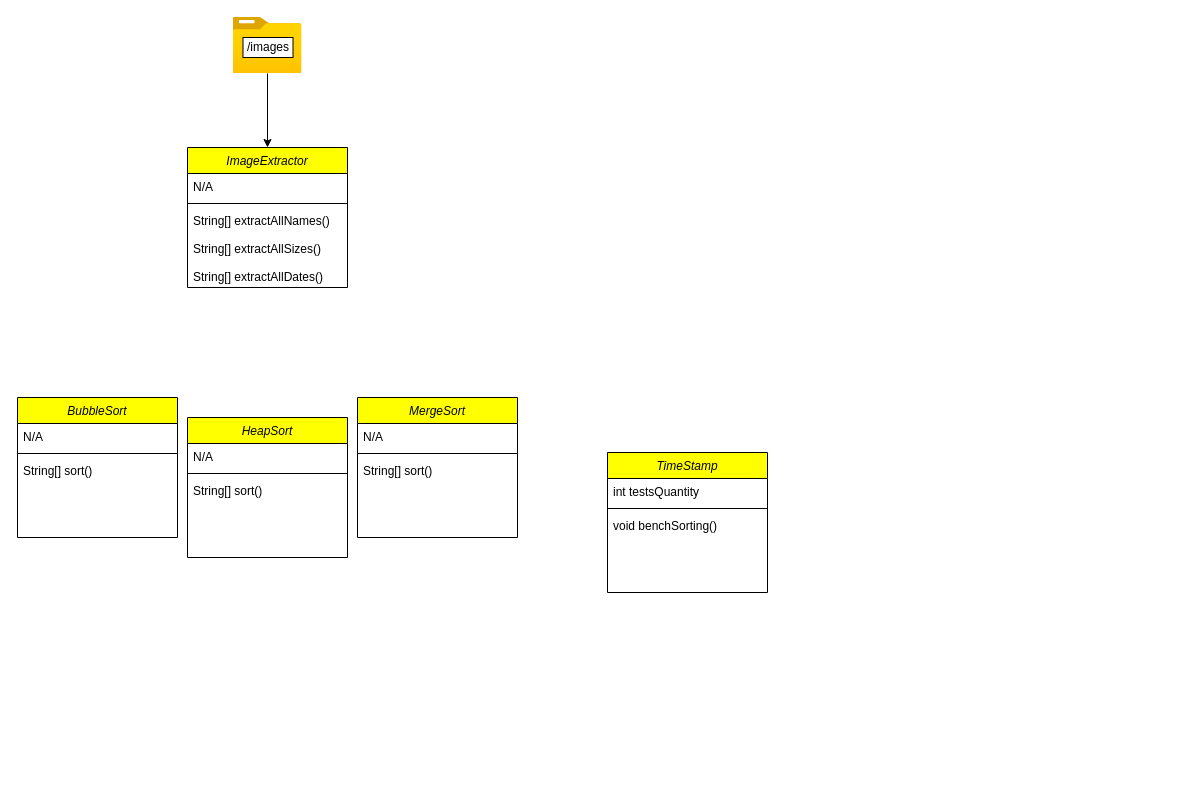
Earlier version of the draw.io diagram classes.drawio (vitorrenansd/algorithm-benchmark). Source tidied: cells renumbered, new cells numbered last; positions are measured from the earlier drawing's top-left corner, leaving out a move shared by most shapes. Both pictures are drawn from the tidied source at 100%, with x=0, y=0 at pixel (17, 17).
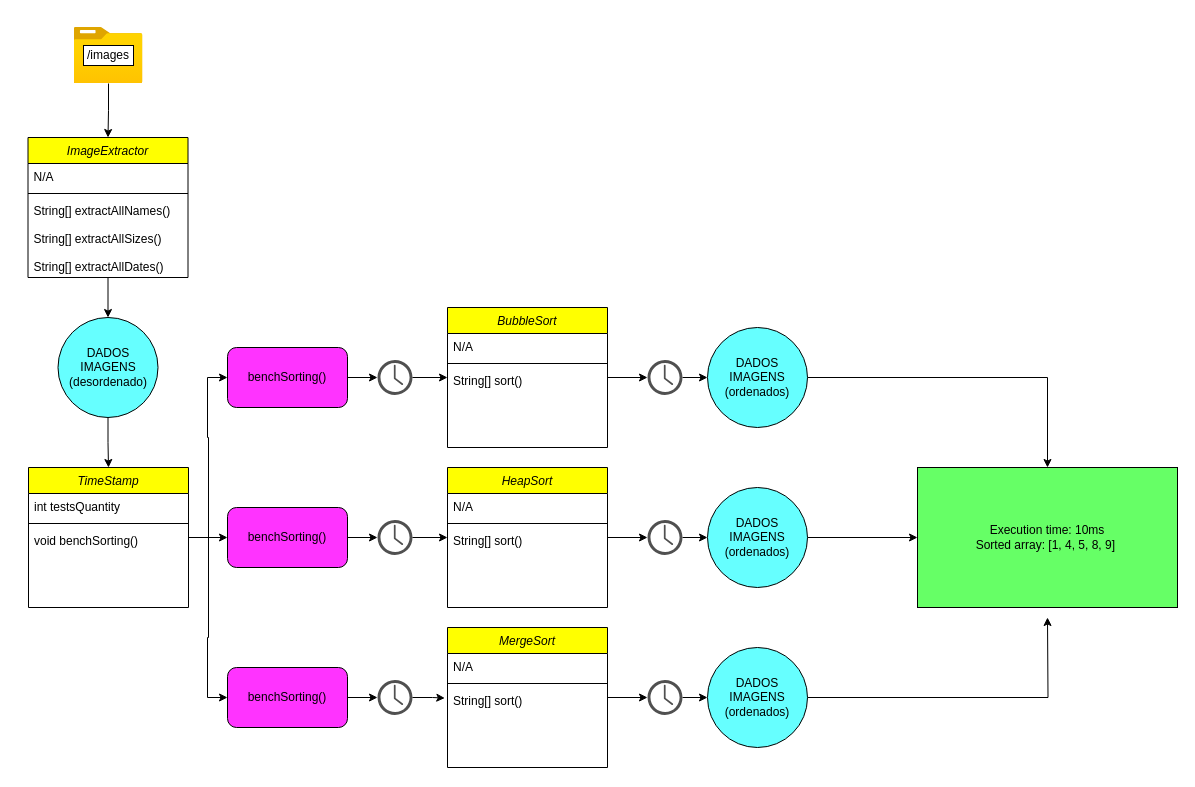
Above is the later version.

The change refers to these unchanged cells:
```xml
<mxCell id="13" value="String[] sort()" style="text;align=left;verticalAlign=top;spacingLeft=4;spacingRight=4;overflow=hidden;points=[[0,0.5],[1,0.5]];portConstraint=eastwest;" parent="10" vertex="1">
  <mxGeometry y="60" width="160" height="80" as="geometry" />
</mxCell>
<mxCell id="17" value="String[] sort()" style="text;align=left;verticalAlign=top;spacingLeft=4;spacingRight=4;overflow=hidden;points=[[0,0.5],[1,0.5]];portConstraint=eastwest;" parent="14" vertex="1">
  <mxGeometry y="60" width="160" height="80" as="geometry" />
</mxCell>
<mxCell id="21" value="String[] sort()" style="text;align=left;verticalAlign=top;spacingLeft=4;spacingRight=4;overflow=hidden;points=[[0,0.5],[1,0.5]];portConstraint=eastwest;" parent="18" vertex="1">
  <mxGeometry y="60" width="160" height="80" as="geometry" />
</mxCell>
```

Change to the diagram source:
```diff
@@
+    <mxCell id="25" style="edgeStyle=orthogonalEdgeStyle;rounded=0;jettySize=auto;html=1;" parent="1" edge="1" source="2" target="33">
+      <mxGeometry relative="1" as="geometry" />
+    </mxCell>
     <mxCell id="2" value="ImageExtractor" style="swimlane;fontStyle=2;align=center;verticalAlign=top;horizontal=1;startSize=26;rounded=0;shadow=0;strokeWidth=1;fillColor=#FFFF00;" parent="1" vertex="1">
-      <mxGeometry x="170" y="130" width="160" height="140" as="geometry" />
+      <mxGeometry x="10.5" y="120" width="160" height="140" as="geometry" />
     </mxCell>
@@
+    <mxCell id="26" style="edgeStyle=orthogonalEdgeStyle;rounded=0;jettySize=auto;html=1;entryX=0;entryY=0.5;entryDx=0;entryDy=0;" parent="1" edge="1" source="6" target="47">
+      <mxGeometry relative="1" as="geometry" />
+    </mxCell>
+    <mxCell id="27" style="edgeStyle=orthogonalEdgeStyle;rounded=0;jettySize=auto;html=1;entryX=0;entryY=0.5;entryDx=0;entryDy=0;" parent="1" edge="1" source="6" target="51">
+      <mxGeometry relative="1" as="geometry" />
+    </mxCell>
+    <mxCell id="28" style="edgeStyle=orthogonalEdgeStyle;rounded=0;jettySize=auto;html=1;entryX=0;entryY=0.5;entryDx=0;entryDy=0;" parent="1" edge="1" source="6" target="49">
+      <mxGeometry relative="1" as="geometry" />
+    </mxCell>
     <mxCell id="6" value="TimeStamp" style="swimlane;fontStyle=2;align=center;verticalAlign=top;horizontal=1;startSize=26;rounded=0;shadow=0;strokeWidth=1;fillColor=#FFFF00;" parent="1" vertex="1">
-      <mxGeometry x="590" y="435" width="160" height="140" as="geometry" />
+      <mxGeometry x="11" y="450" width="160" height="140" as="geometry" />
     </mxCell>
@@
+    <mxCell id="29" style="edgeStyle=orthogonalEdgeStyle;rounded=0;jettySize=auto;html=1;" parent="1" edge="1" source="10" target="45">
+      <mxGeometry relative="1" as="geometry" />
+    </mxCell>
     <mxCell id="10" value="MergeSort" style="swimlane;fontStyle=2;align=center;verticalAlign=top;horizontal=1;startSize=26;rounded=0;shadow=0;strokeWidth=1;fillColor=#FFFF00;" parent="1" vertex="1">
-      <mxGeometry x="340" y="380" width="160" height="140" as="geometry" />
+      <mxGeometry x="430" y="610" width="160" height="140" as="geometry" />
     </mxCell>
@@
+    <mxCell id="30" style="edgeStyle=orthogonalEdgeStyle;rounded=0;jettySize=auto;html=1;" parent="1" edge="1" source="14" target="43">
+      <mxGeometry relative="1" as="geometry" />
+    </mxCell>
     <mxCell id="14" value="HeapSort" style="swimlane;fontStyle=2;align=center;verticalAlign=top;horizontal=1;startSize=26;rounded=0;shadow=0;strokeWidth=1;fillColor=#FFFF00;" parent="1" vertex="1">
-      <mxGeometry x="170" y="400" width="160" height="140" as="geometry" />
+      <mxGeometry x="430" y="450" width="160" height="140" as="geometry" />
     </mxCell>
@@
+    <mxCell id="31" style="edgeStyle=orthogonalEdgeStyle;rounded=0;jettySize=auto;html=1;" parent="1" edge="1" source="18" target="41">
+      <mxGeometry relative="1" as="geometry" />
+    </mxCell>
     <mxCell id="18" value="BubbleSort" style="swimlane;fontStyle=2;align=center;verticalAlign=top;horizontal=1;startSize=26;rounded=0;shadow=0;strokeWidth=1;fillColor=#FFFF00;" parent="1" vertex="1">
-      <mxGeometry y="380" width="160" height="140" as="geometry" />
+      <mxGeometry x="430" y="290" width="160" height="140" as="geometry" />
     </mxCell>
@@
     <mxCell id="23" style="image;html=1;points=[];align=center;fontSize=12;image=img/lib/azure2/general/Folder_Blank.svg;" parent="1" vertex="1">
-      <mxGeometry x="215.5" width="69" height="56" as="geometry" />
+      <mxGeometry x="56.5" y="10" width="69" height="56" as="geometry" />
     </mxCell>
     <mxCell id="24" value="/images" style="rounded=0;whiteSpace=wrap;html=1;" parent="1" vertex="1">
-      <mxGeometry x="225.5" y="20" width="50" height="20" as="geometry" />
+      <mxGeometry x="66" y="28" width="50" height="20" as="geometry" />
     </mxCell>
+    <mxCell id="32" style="edgeStyle=orthogonalEdgeStyle;rounded=0;jettySize=auto;html=1;" parent="1" edge="1" source="33" target="6">
+      <mxGeometry relative="1" as="geometry" />
+    </mxCell>
+    <mxCell id="33" value="DADOS IMAGENS&lt;div&gt;(desordenado)&lt;/div&gt;" style="ellipse;whiteSpace=wrap;html=1;fillColor=#66FFFF;" parent="1" vertex="1">
+      <mxGeometry x="40.5" y="300" width="100" height="100" as="geometry" />
+    </mxCell>
+    <mxCell id="34" style="sketch=0;shadow=0;dashed=0;html=1;strokeColor=none;fillColor=#505050;labelPosition=center;verticalLabelPosition=bottom;verticalAlign=top;outlineConnect=0;align=center;shape=mxgraph.office.concepts.clock;" parent="1" vertex="1">
+      <mxGeometry x="360" y="342.5" width="35" height="35" as="geometry" />
+    </mxCell>
+    <mxCell id="35" style="sketch=0;shadow=0;dashed=0;html=1;strokeColor=none;fillColor=#505050;labelPosition=center;verticalLabelPosition=bottom;verticalAlign=top;outlineConnect=0;align=center;shape=mxgraph.office.concepts.clock;" parent="1" vertex="1">
+      <mxGeometry x="360" y="502.5" width="35" height="35" as="geometry" />
+    </mxCell>
+    <mxCell id="36" style="sketch=0;shadow=0;dashed=0;html=1;strokeColor=none;fillColor=#505050;labelPosition=center;verticalLabelPosition=bottom;verticalAlign=top;outlineConnect=0;align=center;shape=mxgraph.office.concepts.clock;" parent="1" vertex="1">
+      <mxGeometry x="360" y="662.5" width="35" height="35" as="geometry" />
+    </mxCell>
+    <mxCell id="37" style="edgeStyle=orthogonalEdgeStyle;rounded=0;jettySize=auto;html=1;entryX=0;entryY=0.125;entryDx=0;entryDy=0;entryPerimeter=0;" parent="1" edge="1" source="34" target="21">
+      <mxGeometry relative="1" as="geometry" />
+    </mxCell>
+    <mxCell id="38" style="edgeStyle=orthogonalEdgeStyle;rounded=0;jettySize=auto;html=1;entryX=0;entryY=0.125;entryDx=0;entryDy=0;entryPerimeter=0;" parent="1" edge="1" source="35" target="17">
+      <mxGeometry relative="1" as="geometry" />
+    </mxCell>
+    <mxCell id="39" style="edgeStyle=orthogonalEdgeStyle;rounded=0;jettySize=auto;html=1;entryX=-0.017;entryY=0.132;entryDx=0;entryDy=0;entryPerimeter=0;" parent="1" edge="1" source="36" target="13">
+      <mxGeometry relative="1" as="geometry" />
+    </mxCell>
+    <mxCell id="40" style="edgeStyle=orthogonalEdgeStyle;rounded=0;jettySize=auto;html=1;entryX=0;entryY=0.5;entryDx=0;entryDy=0;" parent="1" edge="1" source="41" target="53">
+      <mxGeometry relative="1" as="geometry" />
+    </mxCell>
+    <mxCell id="41" style="sketch=0;shadow=0;dashed=0;html=1;strokeColor=none;fillColor=#505050;labelPosition=center;verticalLabelPosition=bottom;verticalAlign=top;outlineConnect=0;align=center;shape=mxgraph.office.concepts.clock;" parent="1" vertex="1">
+      <mxGeometry x="630" y="342.5" width="35" height="35" as="geometry" />
+    </mxCell>
+    <mxCell id="42" style="edgeStyle=orthogonalEdgeStyle;rounded=0;jettySize=auto;html=1;entryX=0;entryY=0.5;entryDx=0;entryDy=0;" parent="1" edge="1" source="43" target="55">
+      <mxGeometry relative="1" as="geometry" />
+    </mxCell>
+    <mxCell id="43" style="sketch=0;shadow=0;dashed=0;html=1;strokeColor=none;fillColor=#505050;labelPosition=center;verticalLabelPosition=bottom;verticalAlign=top;outlineConnect=0;align=center;shape=mxgraph.office.concepts.clock;" parent="1" vertex="1">
+      <mxGeometry x="630" y="502.5" width="35" height="35" as="geometry" />
+    </mxCell>
+    <mxCell id="44" style="edgeStyle=orthogonalEdgeStyle;rounded=0;jettySize=auto;html=1;entryX=0;entryY=0.5;entryDx=0;entryDy=0;" parent="1" edge="1" source="45" target="57">
+      <mxGeometry relative="1" as="geometry" />
+    </mxCell>
+    <mxCell id="45" style="sketch=0;shadow=0;dashed=0;html=1;strokeColor=none;fillColor=#505050;labelPosition=center;verticalLabelPosition=bottom;verticalAlign=top;outlineConnect=0;align=center;shape=mxgraph.office.concepts.clock;" parent="1" vertex="1">
+      <mxGeometry x="630" y="662.5" width="35" height="35" as="geometry" />
+    </mxCell>
+    <mxCell id="46" style="edgeStyle=orthogonalEdgeStyle;rounded=0;jettySize=auto;html=1;" parent="1" edge="1" source="47" target="35">
+      <mxGeometry relative="1" as="geometry" />
+    </mxCell>
+    <mxCell id="47" value="benchSorting()" style="rounded=1;whiteSpace=wrap;html=1;fillColor=#FF33FF;" parent="1" vertex="1">
+      <mxGeometry x="210" y="490" width="120" height="60" as="geometry" />
+    </mxCell>
+    <mxCell id="48" style="edgeStyle=orthogonalEdgeStyle;rounded=0;jettySize=auto;html=1;" parent="1" edge="1" source="49" target="36">
+      <mxGeometry relative="1" as="geometry" />
+    </mxCell>
+    <mxCell id="49" value="benchSorting()" style="rounded=1;whiteSpace=wrap;html=1;fillColor=#FF33FF;" parent="1" vertex="1">
+      <mxGeometry x="210" y="650" width="120" height="60" as="geometry" />
+    </mxCell>
+    <mxCell id="50" style="edgeStyle=orthogonalEdgeStyle;rounded=0;jettySize=auto;html=1;" parent="1" edge="1" source="51" target="34">
+      <mxGeometry relative="1" as="geometry" />
+    </mxCell>
+    <mxCell id="51" value="benchSorting()" style="rounded=1;whiteSpace=wrap;html=1;fillColor=#FF33FF;" parent="1" vertex="1">
+      <mxGeometry x="210" y="330" width="120" height="60" as="geometry" />
+    </mxCell>
+    <mxCell id="52" style="edgeStyle=orthogonalEdgeStyle;rounded=0;jettySize=auto;html=1;" parent="1" edge="1" source="53" target="58">
+      <mxGeometry relative="1" as="geometry" />
+    </mxCell>
+    <mxCell id="53" value="DADOS IMAGENS&lt;div&gt;(ordenados&lt;span style=&quot;background-color: transparent; color: light-dark(rgb(0, 0, 0), rgb(255, 255, 255));&quot;&gt;)&lt;/span&gt;&lt;/div&gt;" style="ellipse;whiteSpace=wrap;html=1;fillColor=#66FFFF;" parent="1" vertex="1">
+      <mxGeometry x="690" y="310" width="100" height="100" as="geometry" />
+    </mxCell>
+    <mxCell id="54" style="edgeStyle=orthogonalEdgeStyle;rounded=0;jettySize=auto;html=1;entryX=0;entryY=0.5;entryDx=0;entryDy=0;" parent="1" edge="1" source="55" target="58">
+      <mxGeometry relative="1" as="geometry" />
+    </mxCell>
+    <mxCell id="55" value="DADOS IMAGENS&lt;div&gt;(ordenados&lt;span style=&quot;background-color: transparent; color: light-dark(rgb(0, 0, 0), rgb(255, 255, 255));&quot;&gt;)&lt;/span&gt;&lt;/div&gt;" style="ellipse;whiteSpace=wrap;html=1;fillColor=#66FFFF;" parent="1" vertex="1">
+      <mxGeometry x="690" y="470" width="100" height="100" as="geometry" />
+    </mxCell>
+    <mxCell id="56" style="edgeStyle=orthogonalEdgeStyle;rounded=0;jettySize=auto;html=1;" parent="1" edge="1" source="57">
+      <mxGeometry relative="1" as="geometry">
+        <mxPoint x="1030" y="600" as="targetPoint" />
+      </mxGeometry>
+    </mxCell>
+    <mxCell id="57" value="DADOS IMAGENS&lt;div&gt;(ordenados&lt;span style=&quot;background-color: transparent; color: light-dark(rgb(0, 0, 0), rgb(255, 255, 255));&quot;&gt;)&lt;/span&gt;&lt;/div&gt;" style="ellipse;whiteSpace=wrap;html=1;fillColor=#66FFFF;" parent="1" vertex="1">
+      <mxGeometry x="690" y="630" width="100" height="100" as="geometry" />
+    </mxCell>
+    <mxCell id="58" value="Execution time: 10ms&lt;div&gt;Sorted array: [1, 4, 5, 8, 9]&amp;nbsp;&lt;/div&gt;" style="rounded=0;whiteSpace=wrap;html=1;fillColor=#66FF66;" parent="1" vertex="1">
+      <mxGeometry x="900" y="450" width="260" height="140" as="geometry" />
+    </mxCell>
```
